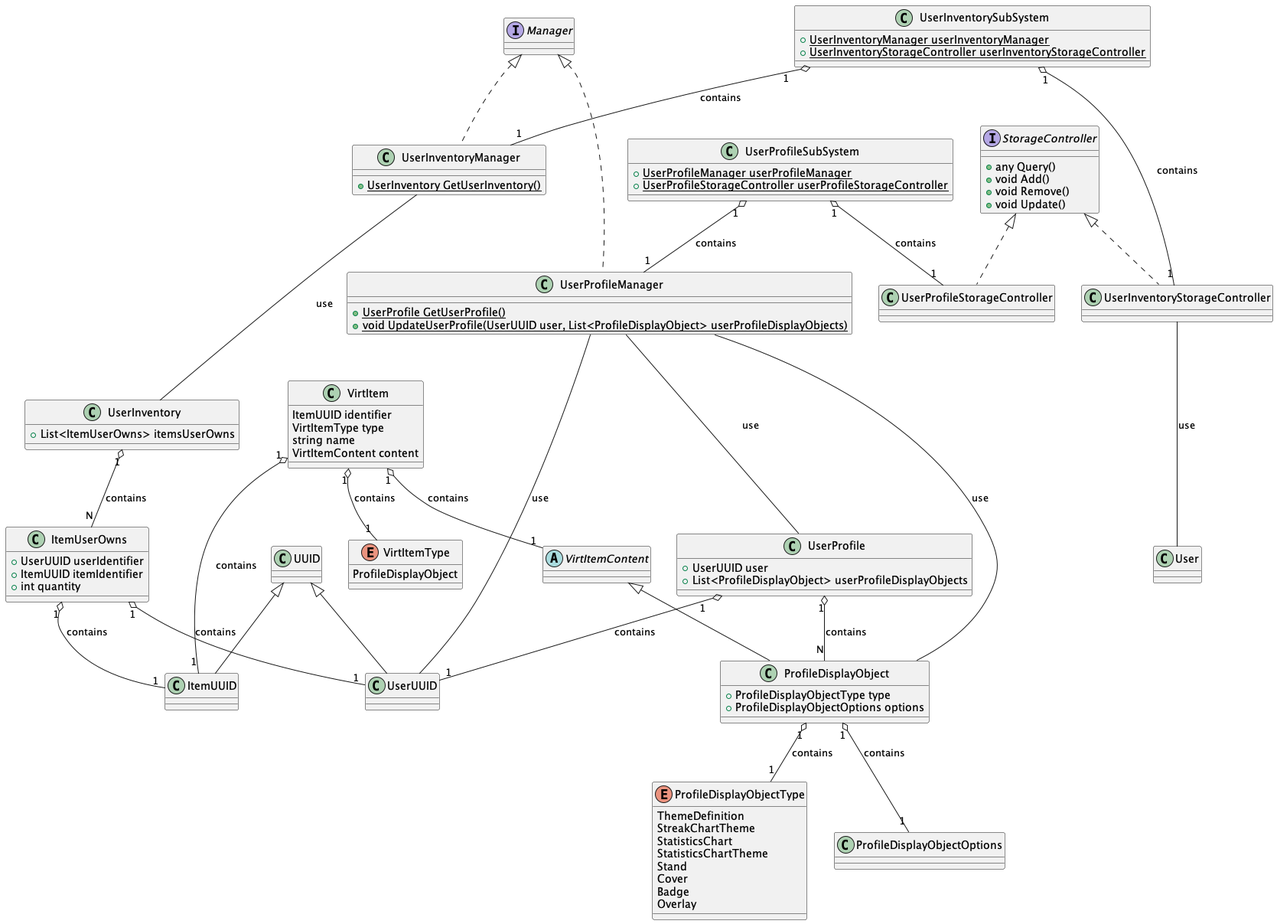
Earlier version of the PlantUML export rendered/UserProfileInventory.png (ShapeLayer/se-lecture-task__project-structure-definitions).
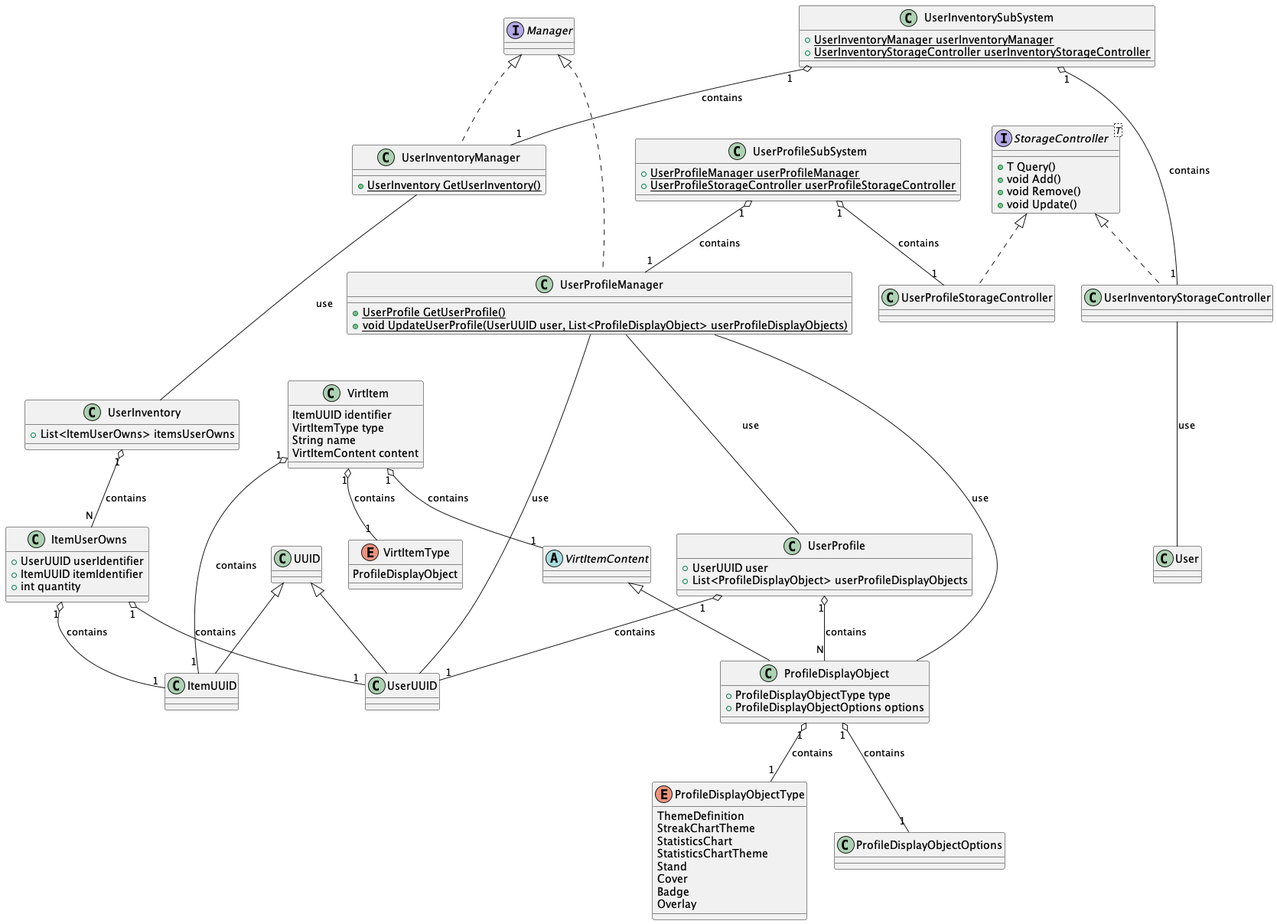
The same file after the commit.

Change to the diagram source:
```diff
@@ -1,7 +1,7 @@
 @startuml
 Interface Manager
-Interface StorageController {
-    + any Query()
+Interface StorageController<T> {
+    + T Query()
     + void Add()
     + void Remove()
     + void Update()
@@ -17,7 +17,7 @@
 class VirtItem {
     ItemUUID identifier
     VirtItemType type
-    string name
+    String name
     VirtItemContent content
 }
 
```
